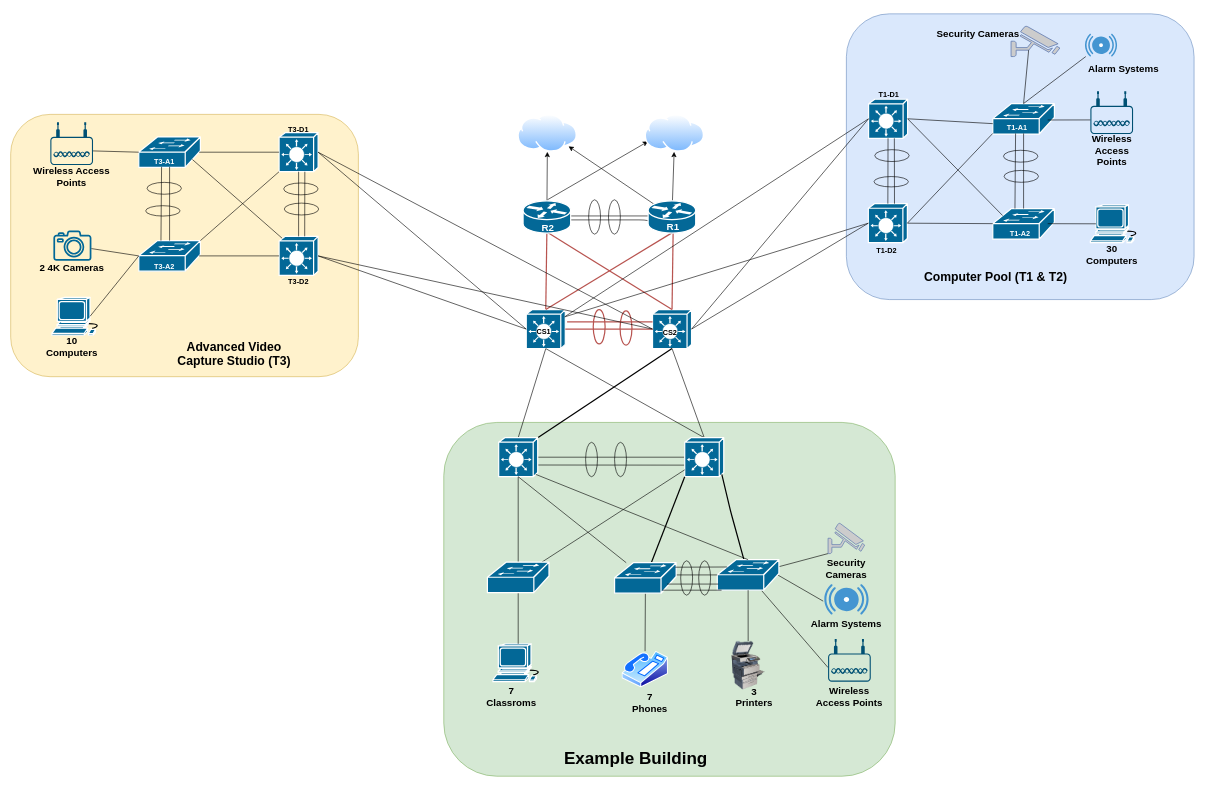
The draw.io diagram update-T-building-logical-diagram.drawio in duc-mt/edunet-x, before the edit. Source tidied: cells renumbered, new cells numbered last; positions are measured from the earlier drawing's top-left corner, leaving out a move shared by most shapes. Both pictures are drawn from the tidied source at 61%, with x=0, y=0 at pixel (10, 10).
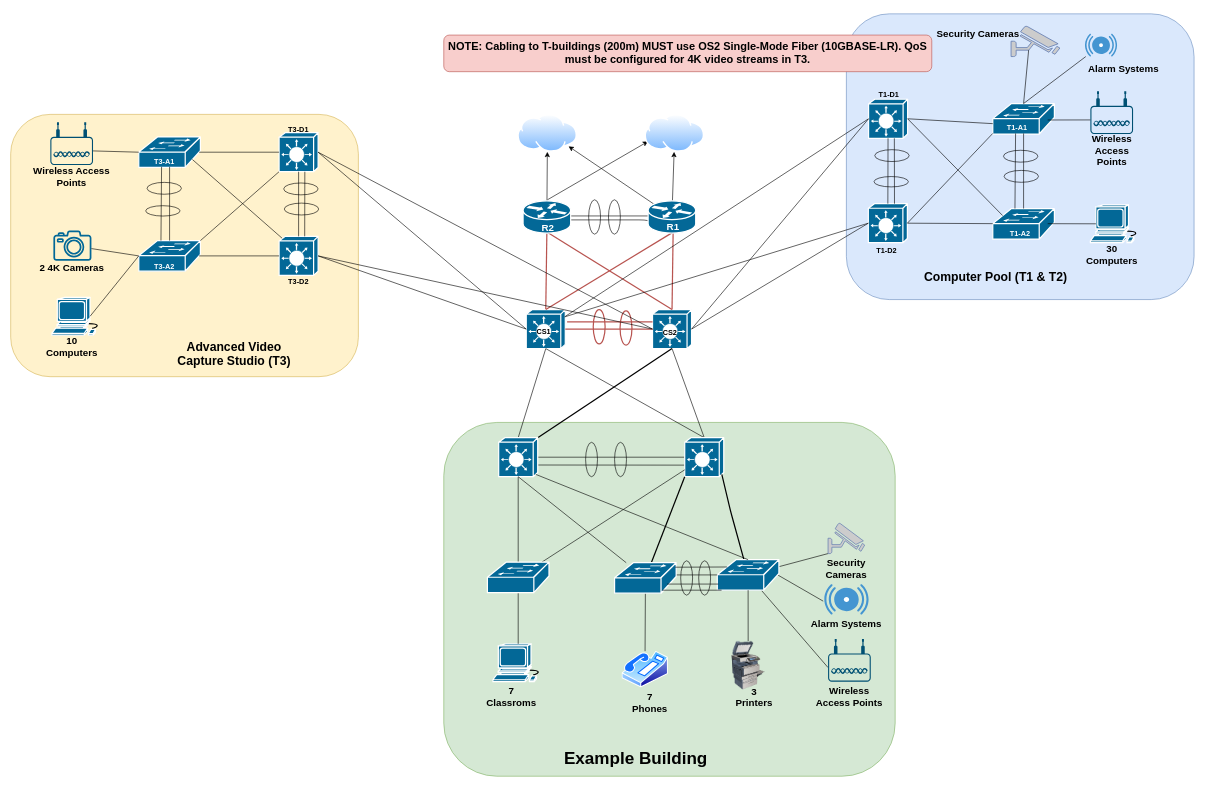
Above is the later version.

Commit message (it also covers changes not shown here):
docs: Add School of the Future bid budget and update design diagrams

Change to the diagram source:
```diff
@@
+    <mxCell id="148" value="&lt;b&gt;NOTE: Cabling to T-buildings (200m) MUST use OS2 Single-Mode Fiber (10GBASE-LR). QoS must be configured for 4K video streams in T3.&lt;/b&gt;" style="text;html=1;strokeColor=#b85450;fillColor=#f8cecc;align=center;verticalAlign=middle;whiteSpace=wrap;rounded=1;fontSize=18;fontColor=#000000;" parent="1" vertex="1">
+      <mxGeometry x="710" y="40" width="800" height="60" as="geometry" />
+    </mxCell>
```
